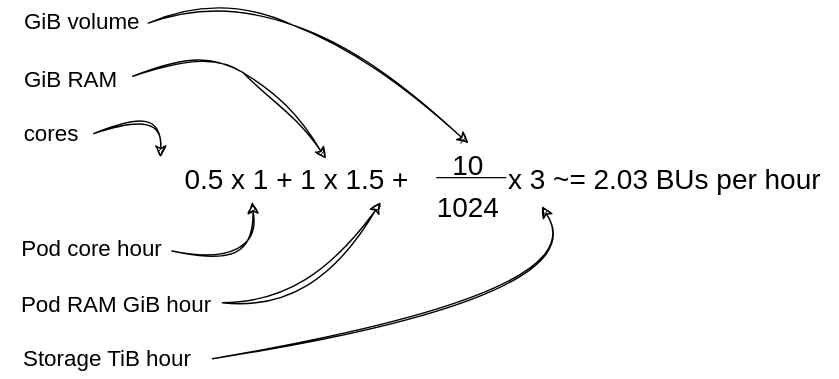
CSCfi/csc-user-guide keeps this draw.io diagram as docs/cloud/rahti/images/RahtiLimits.drawio.svg. Above is the earlier version. Source tidied: cells renumbered, new cells last; positions are measured from the earlier drawing's top-left corner, leaving out a move shared by most shapes.
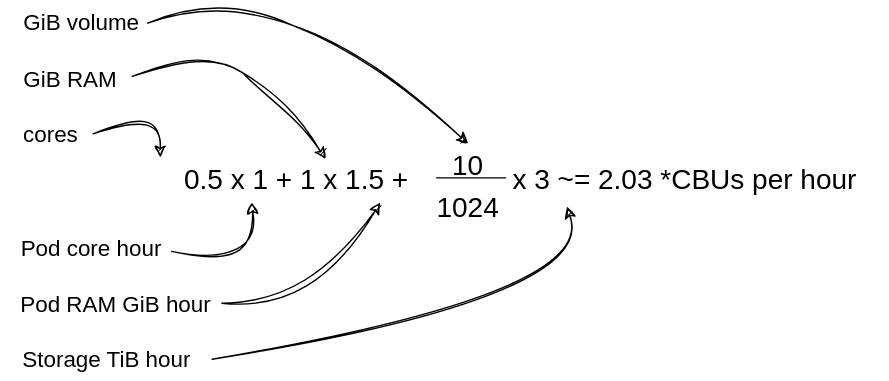
After the change.

Diff of the diagram source:
```diff
@@ -27,8 +27,8 @@
         </Array>
       </mxGeometry>
     </mxCell>
-    <mxCell id="7" value="&lt;font style=&quot;font-size: 20px;&quot;&gt;x 3 ~= 2.03 BUs per hour&lt;br&gt;&lt;/font&gt;" style="text;html=1;align=center;verticalAlign=middle;points=[];strokeColor=none;fillColor=none;" parent="1" vertex="1">
-      <mxGeometry x="349" y="114" width="250" height="40" as="geometry" />
+    <mxCell id="7" value="&lt;font style=&quot;font-size: 20px;&quot;&gt;x 3 ~= 2.03 *CBUs per hour&lt;br&gt;&lt;/font&gt;" style="text;html=1;align=left;verticalAlign=middle;points=[];strokeColor=none;fillColor=none;" parent="1" vertex="1">
+      <mxGeometry x="364" y="114" width="270" height="40" as="geometry" />
     </mxCell>
     <mxCell id="8" value="&lt;font style=&quot;font-size: 16px;&quot;&gt;cores&lt;/font&gt;" style="text;html=1;align=center;verticalAlign=middle;whiteSpace=wrap;rounded=0;" parent="1" vertex="1">
       <mxGeometry x="6" y="87" width="60" height="30" as="geometry" />
```
